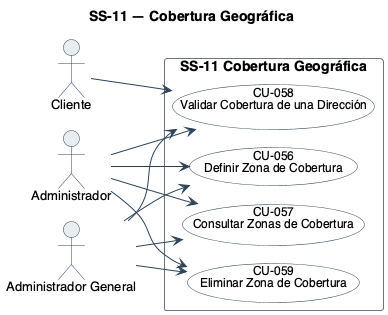
This is diagramas/uml/CU_SS-11_Cobertura-Geografica.png from Nahuelito-Dev/splg-docs, a PlantUML export, as it was before one commit.
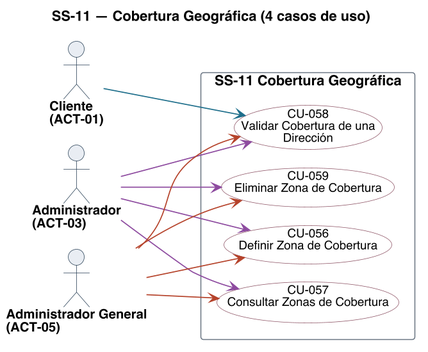
The same file after the commit.

Diff of the diagram source:
```diff
@@ -1,22 +1,23 @@
 @startuml
-!pragma layout smetana
-title SS-11 — Cobertura Geográfica
+title SS-11 — Cobertura Geográfica (4 casos de uso)
 left to right direction
 skinparam backgroundColor #FFFFFF
 skinparam shadowing false
 skinparam defaultFontName Helvetica
 skinparam defaultFontSize 13
+skinparam dpi 150
 skinparam ArrowColor #2C4257
+skinparam ArrowThickness 1.1
 skinparam actor {
   BorderColor #2C4257
   BackgroundColor #E8EDF2
+  FontSize 13
+  FontStyle bold
 }
 skinparam usecase {
   BorderColor #2C4257
   BackgroundColor #FFFFFF
   FontSize 12
-  BorderColor<<pendiente>> #9C4436
-  BackgroundColor<<pendiente>> #F6E4E1
 }
 skinparam rectangle {
   BorderColor #6B7683
@@ -24,24 +25,32 @@
   FontStyle bold
 }
 
-actor "Cliente" as A1
-actor "Administrador" as A3
-actor "Administrador General" as A5
+skinparam nodesep 18
+skinparam ranksep 70
+skinparam usecase {
+  BorderColor<<pendiente>> #9C4436
+  BackgroundColor<<pendiente>> #F6E4E1
+}
+
+actor "Cliente\n(ACT-01)" as A01
+actor "Administrador\n(ACT-03)" as A03
+actor "Administrador General\n(ACT-05)" as A05
 
 rectangle "SS-11 Cobertura Geográfica" {
-  usecase "CU-056\nDefinir Zona de Cobertura" as U56
-  usecase "CU-057\nConsultar Zonas de Cobertura" as U57
-  usecase "CU-058\nValidar Cobertura de una Dirección" as U58
-  usecase "CU-059\nEliminar Zona de Cobertura" as U59
+  usecase "CU-056\nDefinir Zona de Cobertura" as U056 #back:FFFFFF;line:8E5566
+  usecase "CU-057\nConsultar Zonas de Cobertura" as U057 #back:FFFFFF;line:8E5566
+  usecase "CU-058\nValidar Cobertura de una\nDirección" as U058 #back:FFFFFF;line:8E5566
+  usecase "CU-059\nEliminar Zona de Cobertura" as U059 #back:FFFFFF;line:8E5566
 }
 
-A3 --> U56
-A5 --> U56
-A3 --> U57
-A5 --> U57
-A1 --> U58
-A3 --> U58
-A5 --> U58
-A3 --> U59
-A5 --> U59
+A01 -[#1F6F8B]-> U058
+A03 -[#8C4A9E]-> U056
+A03 -[#8C4A9E]-> U057
+A03 -[#8C4A9E]-> U058
+A03 -[#8C4A9E]-> U059
+A05 -[#B4432B]-> U056
+A05 -[#B4432B]-> U057
+A05 -[#B4432B]-> U058
+A05 -[#B4432B]-> U059
+
 @enduml
```
